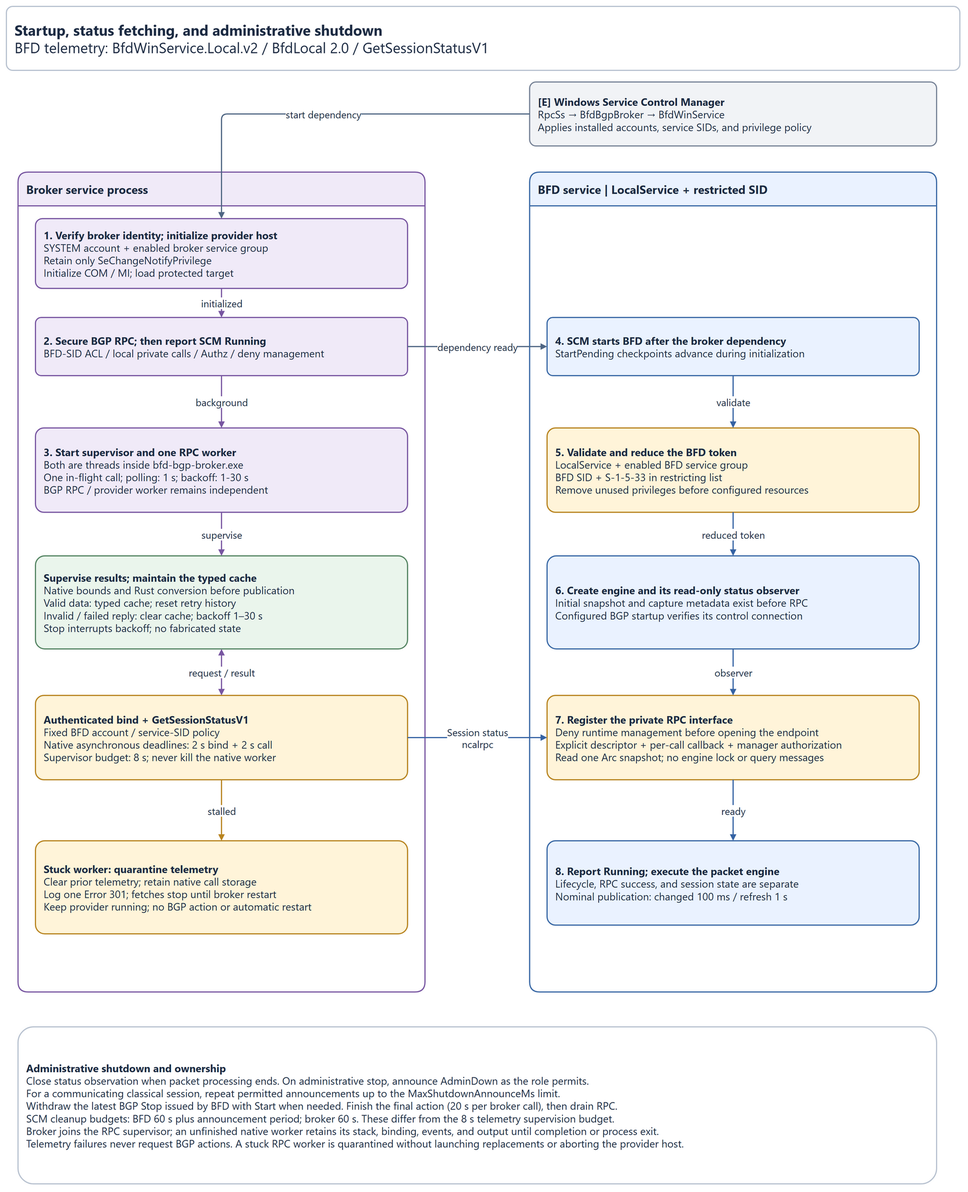
Earlier version of the draw.io export docs/images/service-communication-lifecycle-v2-hardened.png (miketheitguy/bfd-winservice). Source tidied: cells renumbered, new cells last; positions are measured from the earlier drawing's top-left corner, leaving out a move shared by most shapes.
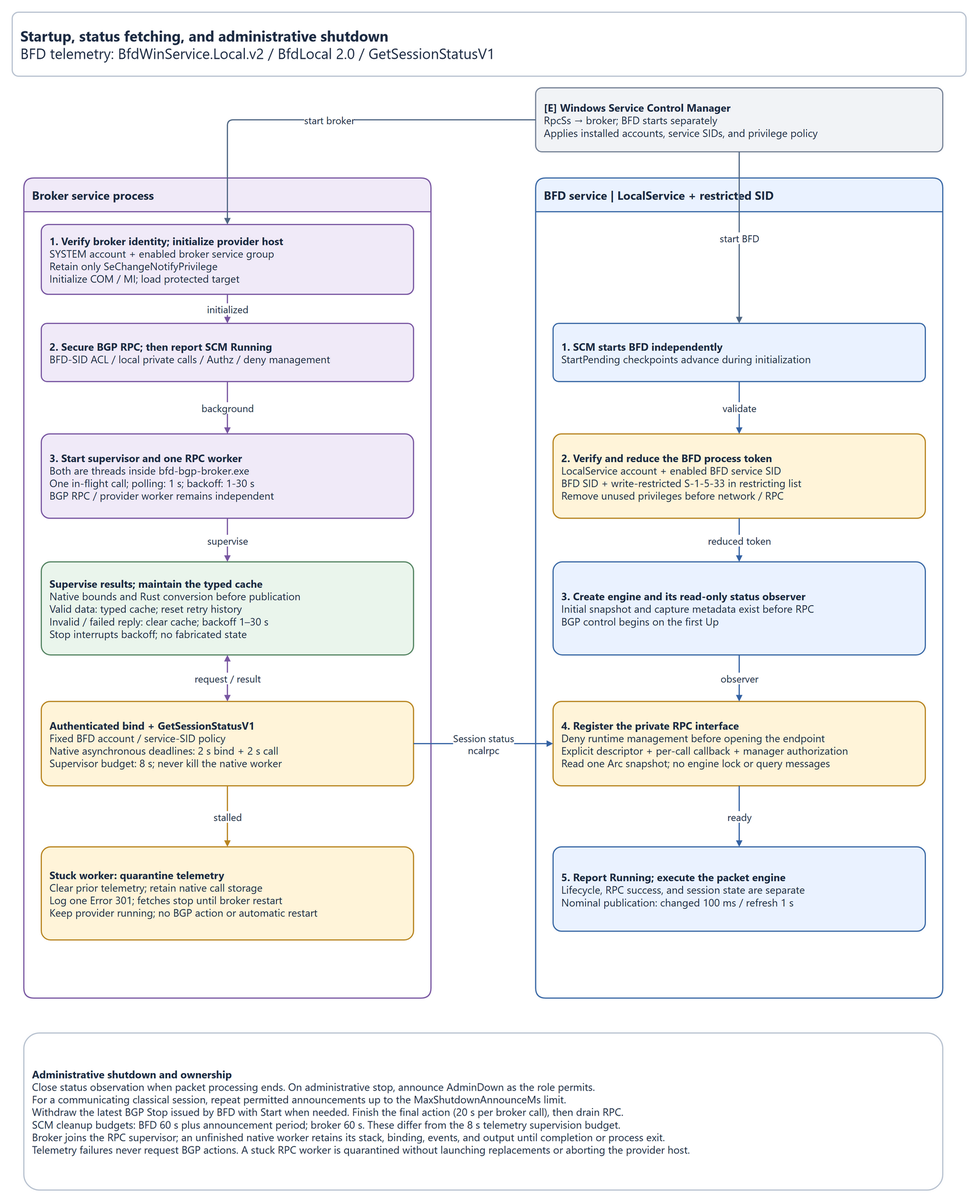
After the change.

What changed in the source:
```diff
@@ -5,7 +5,7 @@
     <mxCell id="2" value="&lt;b&gt;Startup, status fetching, and administrative shutdown&lt;/b&gt;&lt;br&gt;BFD telemetry: BfdWinService.Local.v2 / BfdLocal 2.0 / GetSessionStatusV1" style="rounded=1;arcSize=10;whiteSpace=wrap;html=1;fillColor=#FFFFFF;strokeColor=#B8C2D0;strokeWidth=2;fontFamily=Segoe UI;fontSize=25;fontColor=#1C2B43;spacing=14;align=left;verticalAlign=middle;" parent="1" vertex="1">
       <mxGeometry width="1640" height="110" as="geometry" />
     </mxCell>
-    <mxCell id="3" value="&lt;b&gt;[E] Windows Service Control Manager&lt;/b&gt;&lt;br&gt;RpcSs → BfdBgpBroker → BfdWinService&lt;br&gt;Applies installed accounts, service SIDs, and privilege policy" style="rounded=1;arcSize=10;whiteSpace=wrap;html=1;fillColor=#F1F3F6;strokeColor=#778397;strokeWidth=2;fontFamily=Segoe UI;fontSize=18;fontColor=#1C2B43;spacing=14;align=left;verticalAlign=middle;" parent="1" vertex="1">
+    <mxCell id="3" value="&lt;b&gt;[E] Windows Service Control Manager&lt;/b&gt;&lt;br&gt;RpcSs → broker; BFD starts separately&lt;br&gt;Applies installed accounts, service SIDs, and privilege policy" style="rounded=1;arcSize=10;whiteSpace=wrap;html=1;fillColor=#F1F3F6;strokeColor=#778397;strokeWidth=2;fontFamily=Segoe UI;fontSize=18;fontColor=#1C2B43;spacing=14;align=left;verticalAlign=middle;" parent="1" vertex="1">
       <mxGeometry x="900" y="130" width="700" height="110" as="geometry" />
     </mxCell>
     <mxCell id="4" value="&lt;b&gt;Broker service process&lt;/b&gt;" style="rounded=1;arcSize=10;whiteSpace=wrap;html=1;fillColor=#F0EAF8;strokeColor=#7957A2;strokeWidth=2;fontFamily=Segoe UI;fontSize=20;fontColor=#1C2B43;spacing=14;align=left;verticalAlign=middle;shape=swimlane;startSize=58;horizontal=1;swimlaneLine=1;" parent="1" vertex="1">
@@ -32,22 +32,22 @@
     <mxCell id="11" value="&lt;b&gt;Stuck worker: quarantine telemetry&lt;/b&gt;&lt;br&gt;Clear prior telemetry; retain native call storage&lt;br&gt;Log one Error 301; fetches stop until broker restart&lt;br&gt;Keep provider running; no BGP action or automatic restart" style="rounded=1;arcSize=10;whiteSpace=wrap;html=1;fillColor=#FFF4D9;strokeColor=#B98521;strokeWidth=2;fontFamily=Segoe UI;fontSize=18;fontColor=#1C2B43;spacing=14;align=left;verticalAlign=middle;" parent="4" vertex="1">
       <mxGeometry x="30" y="1150" width="640" height="160" as="geometry" />
     </mxCell>
-    <mxCell id="12" value="&lt;b&gt;4. SCM starts BFD after the broker dependency&lt;/b&gt;&lt;br&gt;StartPending checkpoints advance during initialization" style="rounded=1;arcSize=10;whiteSpace=wrap;html=1;fillColor=#EAF2FF;strokeColor=#3A69A6;strokeWidth=2;fontFamily=Segoe UI;fontSize=18;fontColor=#1C2B43;spacing=14;align=left;verticalAlign=middle;" parent="5" vertex="1">
+    <mxCell id="12" value="&lt;b&gt;1. SCM starts BFD independently&lt;/b&gt;&lt;br&gt;StartPending checkpoints advance during initialization" style="rounded=1;arcSize=10;whiteSpace=wrap;html=1;fillColor=#EAF2FF;strokeColor=#3A69A6;strokeWidth=2;fontFamily=Segoe UI;fontSize=18;fontColor=#1C2B43;spacing=14;align=left;verticalAlign=middle;" parent="5" vertex="1">
       <mxGeometry x="30" y="250" width="640" height="100" as="geometry" />
     </mxCell>
-    <mxCell id="13" value="&lt;b&gt;5. Validate and reduce the BFD token&lt;/b&gt;&lt;br&gt;LocalService + enabled BFD service group&lt;br&gt;BFD SID + S-1-5-33 in restricting list&lt;br&gt;Remove unused privileges before configured resources" style="rounded=1;arcSize=10;whiteSpace=wrap;html=1;fillColor=#FFF4D9;strokeColor=#B98521;strokeWidth=2;fontFamily=Segoe UI;fontSize=18;fontColor=#1C2B43;spacing=14;align=left;verticalAlign=middle;" parent="5" vertex="1">
+    <mxCell id="13" value="&lt;b&gt;2. Verify and reduce the BFD process token&lt;/b&gt;&lt;br&gt;LocalService account + enabled BFD service SID&lt;br&gt;BFD SID + write-restricted S-1-5-33 in restricting list&lt;br&gt;Remove unused privileges before network / RPC" style="rounded=1;arcSize=10;whiteSpace=wrap;html=1;fillColor=#FFF4D9;strokeColor=#B98521;strokeWidth=2;fontFamily=Segoe UI;fontSize=18;fontColor=#1C2B43;spacing=14;align=left;verticalAlign=middle;" parent="5" vertex="1">
       <mxGeometry x="30" y="440" width="640" height="145" as="geometry" />
     </mxCell>
-    <mxCell id="14" value="&lt;b&gt;6. Create engine and its read-only status observer&lt;/b&gt;&lt;br&gt;Initial snapshot and capture metadata exist before RPC&lt;br&gt;Configured BGP startup verifies its control connection" style="rounded=1;arcSize=10;whiteSpace=wrap;html=1;fillColor=#EAF2FF;strokeColor=#3A69A6;strokeWidth=2;fontFamily=Segoe UI;fontSize=18;fontColor=#1C2B43;spacing=14;align=left;verticalAlign=middle;" parent="5" vertex="1">
+    <mxCell id="14" value="&lt;b&gt;3. Create engine and its read-only status observer&lt;/b&gt;&lt;br&gt;Initial snapshot and capture metadata exist before RPC&lt;br&gt;BGP control begins on the first Up" style="rounded=1;arcSize=10;whiteSpace=wrap;html=1;fillColor=#EAF2FF;strokeColor=#3A69A6;strokeWidth=2;fontFamily=Segoe UI;fontSize=18;fontColor=#1C2B43;spacing=14;align=left;verticalAlign=middle;" parent="5" vertex="1">
       <mxGeometry x="30" y="660" width="640" height="160" as="geometry" />
     </mxCell>
-    <mxCell id="15" value="&lt;b&gt;7. Register the private RPC interface&lt;/b&gt;&lt;br&gt;Deny runtime management before opening the endpoint&lt;br&gt;Explicit descriptor + per-call callback + manager authorization&lt;br&gt;Read one Arc snapshot; no engine lock or query messages" style="rounded=1;arcSize=10;whiteSpace=wrap;html=1;fillColor=#FFF4D9;strokeColor=#B98521;strokeWidth=2;fontFamily=Segoe UI;fontSize=18;fontColor=#1C2B43;spacing=14;align=left;verticalAlign=middle;" parent="5" vertex="1">
+    <mxCell id="15" value="&lt;b&gt;4. Register the private RPC interface&lt;/b&gt;&lt;br&gt;Deny runtime management before opening the endpoint&lt;br&gt;Explicit descriptor + per-call callback + manager authorization&lt;br&gt;Read one Arc snapshot; no engine lock or query messages" style="rounded=1;arcSize=10;whiteSpace=wrap;html=1;fillColor=#FFF4D9;strokeColor=#B98521;strokeWidth=2;fontFamily=Segoe UI;fontSize=18;fontColor=#1C2B43;spacing=14;align=left;verticalAlign=middle;" parent="5" vertex="1">
       <mxGeometry x="30" y="900" width="640" height="145" as="geometry" />
     </mxCell>
-    <mxCell id="16" value="&lt;b&gt;8. Report Running; execute the packet engine&lt;/b&gt;&lt;br&gt;Lifecycle, RPC success, and session state are separate&lt;br&gt;Nominal publication: changed 100 ms / refresh 1 s" style="rounded=1;arcSize=10;whiteSpace=wrap;html=1;fillColor=#EAF2FF;strokeColor=#3A69A6;strokeWidth=2;fontFamily=Segoe UI;fontSize=18;fontColor=#1C2B43;spacing=14;align=left;verticalAlign=middle;" parent="5" vertex="1">
+    <mxCell id="16" value="&lt;b&gt;5. Report Running; execute the packet engine&lt;/b&gt;&lt;br&gt;Lifecycle, RPC success, and session state are separate&lt;br&gt;Nominal publication: changed 100 ms / refresh 1 s" style="rounded=1;arcSize=10;whiteSpace=wrap;html=1;fillColor=#EAF2FF;strokeColor=#3A69A6;strokeWidth=2;fontFamily=Segoe UI;fontSize=18;fontColor=#1C2B43;spacing=14;align=left;verticalAlign=middle;" parent="5" vertex="1">
       <mxGeometry x="30" y="1150" width="640" height="145" as="geometry" />
     </mxCell>
-    <mxCell id="17" value="start dependency" style="edgeStyle=orthogonalEdgeStyle;rounded=1;html=1;strokeColor=#506784;strokeWidth=2;endArrow=block;endFill=1;fontFamily=Segoe UI;fontSize=17;fontColor=#1C2B43;labelBackgroundColor=#FFFFFF;spacing=6;jettySize=auto;" parent="1" edge="1" source="3" target="6">
+    <mxCell id="17" value="start broker" style="edgeStyle=orthogonalEdgeStyle;rounded=1;html=1;strokeColor=#506784;strokeWidth=2;endArrow=block;endFill=1;fontFamily=Segoe UI;fontSize=17;fontColor=#1C2B43;labelBackgroundColor=#FFFFFF;spacing=6;jettySize=auto;" parent="1" edge="1" source="3" target="6">
       <mxGeometry relative="1" as="geometry" />
     </mxCell>
     <mxCell id="18" value="initialized" style="edgeStyle=orthogonalEdgeStyle;rounded=1;html=1;strokeColor=#7957A2;strokeWidth=2;endArrow=block;endFill=1;fontFamily=Segoe UI;fontSize=17;fontColor=#1C2B43;labelBackgroundColor=#FFFFFF;spacing=6;jettySize=auto;" parent="4" edge="1" source="6" target="7">
@@ -65,7 +65,7 @@
     <mxCell id="22" value="stalled" style="edgeStyle=orthogonalEdgeStyle;rounded=1;html=1;strokeColor=#B98521;strokeWidth=2;endArrow=block;endFill=1;fontFamily=Segoe UI;fontSize=17;fontColor=#1C2B43;labelBackgroundColor=#FFFFFF;spacing=6;jettySize=auto;" parent="4" edge="1" source="9" target="11">
       <mxGeometry relative="1" as="geometry" />
     </mxCell>
-    <mxCell id="23" value="dependency ready" style="edgeStyle=orthogonalEdgeStyle;rounded=1;html=1;strokeColor=#506784;strokeWidth=2;endArrow=block;endFill=1;fontFamily=Segoe UI;fontSize=17;fontColor=#1C2B43;labelBackgroundColor=#FFFFFF;spacing=6;jettySize=auto;" parent="1" edge="1" source="7" target="12">
+    <mxCell id="23" value="start BFD" style="edgeStyle=orthogonalEdgeStyle;rounded=1;html=1;strokeColor=#506784;strokeWidth=2;endArrow=block;endFill=1;fontFamily=Segoe UI;fontSize=17;fontColor=#1C2B43;labelBackgroundColor=#FFFFFF;spacing=6;jettySize=auto;" parent="1" edge="1" source="3" target="12">
       <mxGeometry relative="1" as="geometry" />
     </mxCell>
     <mxCell id="24" value="validate" style="edgeStyle=orthogonalEdgeStyle;rounded=1;html=1;strokeColor=#3563A4;strokeWidth=2;endArrow=block;endFill=1;fontFamily=Segoe UI;fontSize=17;fontColor=#1C2B43;labelBackgroundColor=#FFFFFF;spacing=6;jettySize=auto;" parent="5" edge="1" source="12" target="13">
```
